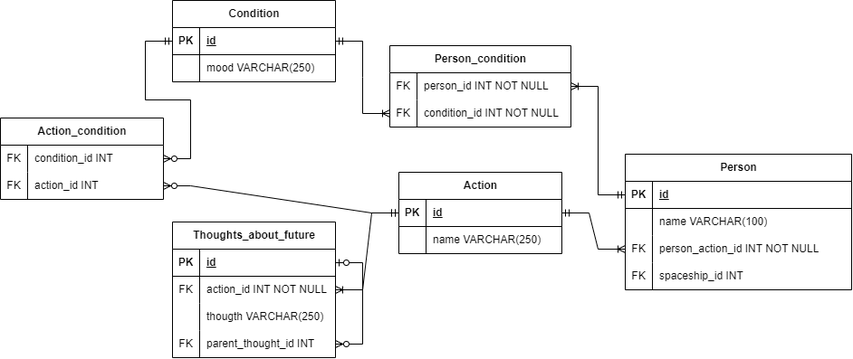
Earlier version of the draw.io export DataBases/lab1/DatalogicDiagram.drawio.png (EgorovaVarvara/ITMO). Source tidied: cells renumbered, new cells last; positions are measured from the earlier drawing's top-left corner, leaving out a move shared by most shapes.
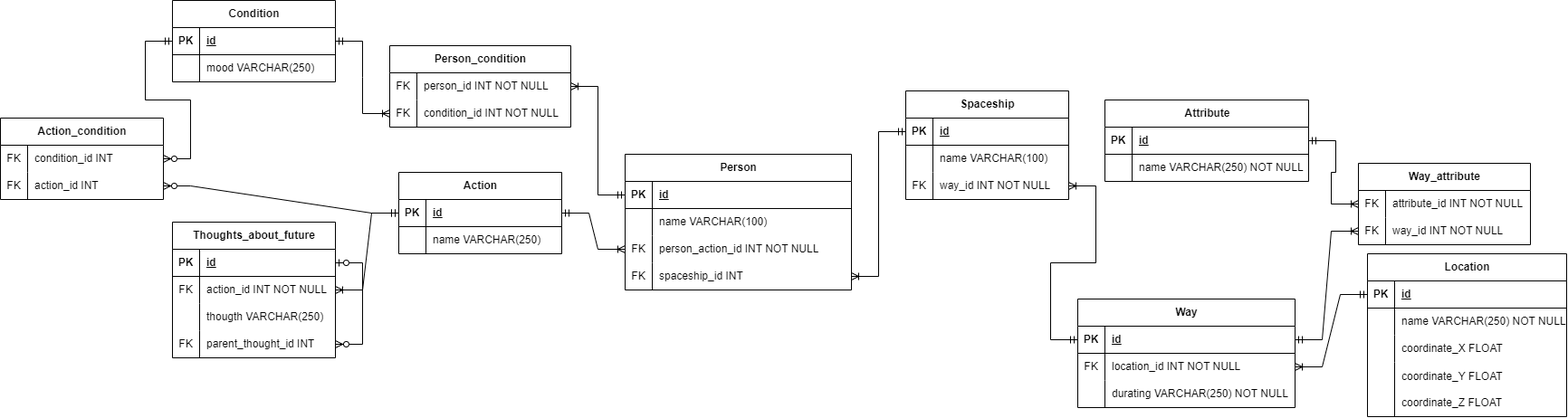
The same diagram one commit later.

Diff of the diagram source:
```diff
@@ -185,5 +185,161 @@
     <mxCell id="62" style="edgeStyle=entityRelationEdgeStyle;fontSize=12;html=1;endArrow=ERzeroToMany;startArrow=ERmandOne;rounded=0;entryX=1;entryY=0.5;entryDx=0;entryDy=0;exitX=0;exitY=0.5;exitDx=0;exitDy=0;" parent="1" edge="1" source="16" target="58">
       <mxGeometry relative="1" as="geometry" />
     </mxCell>
+    <mxCell id="63" value="Spaceship" style="shape=table;startSize=30;rowLines=0;fontStyle=1;align=center;html=1;" parent="1" vertex="1">
+      <mxGeometry x="1000" y="100" width="180" height="120" as="geometry" />
+    </mxCell>
+    <mxCell id="64" style="shape=tableRow;horizontal=0;startSize=0;swimlaneHead=0;swimlaneBody=0;fillColor=none;points=[[0,0.5],[1,0.5]];portConstraint=eastwest;top=0;left=0;right=0;bottom=1;" parent="63" vertex="1">
+      <mxGeometry y="30" width="180" height="30" as="geometry" />
+    </mxCell>
+    <mxCell id="65" value="PK" style="shape=partialRectangle;fillColor=none;top=0;left=0;bottom=0;right=0;fontStyle=1;overflow=hidden;whiteSpace=wrap;html=1;" parent="64" vertex="1">
+      <mxGeometry width="30" height="30" as="geometry" />
+    </mxCell>
+    <mxCell id="66" value="id" style="shape=partialRectangle;fillColor=none;top=0;left=0;bottom=0;right=0;align=left;spacingLeft=6;fontStyle=5;overflow=hidden;whiteSpace=wrap;html=1;" parent="64" vertex="1">
+      <mxGeometry x="30" width="150" height="30" as="geometry" />
+    </mxCell>
+    <mxCell id="67" style="shape=tableRow;horizontal=0;startSize=0;swimlaneHead=0;swimlaneBody=0;fillColor=none;top=0;left=0;right=0;bottom=0;" parent="63" vertex="1">
+      <mxGeometry y="60" width="180" height="30" as="geometry" />
+    </mxCell>
+    <mxCell id="68" style="shape=partialRectangle;fillColor=none;top=0;left=0;bottom=0;right=0;overflow=hidden;whiteSpace=wrap;html=1;" parent="67" vertex="1">
+      <mxGeometry width="30" height="30" as="geometry" />
+    </mxCell>
+    <mxCell id="69" value="name VARCHAR(100)" style="shape=partialRectangle;fillColor=none;top=0;left=0;bottom=0;right=0;align=left;spacingLeft=6;overflow=hidden;whiteSpace=wrap;html=1;" parent="67" vertex="1">
+      <mxGeometry x="30" width="150" height="30" as="geometry" />
+    </mxCell>
+    <mxCell id="70" style="shape=tableRow;horizontal=0;startSize=0;swimlaneHead=0;swimlaneBody=0;fillColor=none;points=[[0,0.5],[1,0.5]];portConstraint=eastwest;top=0;left=0;right=0;bottom=0;" parent="63" vertex="1">
+      <mxGeometry y="90" width="180" height="30" as="geometry" />
+    </mxCell>
+    <mxCell id="71" value="FK" style="shape=partialRectangle;fillColor=none;top=0;left=0;bottom=0;right=0;overflow=hidden;whiteSpace=wrap;html=1;" parent="70" vertex="1">
+      <mxGeometry width="30" height="30" as="geometry" />
+    </mxCell>
+    <mxCell id="72" value="way_id INT NOT NULL" style="shape=partialRectangle;fillColor=none;top=0;left=0;bottom=0;right=0;align=left;spacingLeft=6;overflow=hidden;whiteSpace=wrap;html=1;" parent="70" vertex="1">
+      <mxGeometry x="30" width="150" height="30" as="geometry" />
+    </mxCell>
+    <mxCell id="73" style="edgeStyle=entityRelationEdgeStyle;fontSize=12;html=1;endArrow=ERoneToMany;startArrow=ERmandOne;rounded=0;entryX=1;entryY=0.5;entryDx=0;entryDy=0;exitX=0;exitY=0.5;exitDx=0;exitDy=0;" parent="1" edge="1" source="64" target="12">
+      <mxGeometry relative="1" as="geometry" />
+    </mxCell>
+    <mxCell id="74" value="Way" style="shape=table;startSize=30;rowLines=0;fontStyle=1;align=center;html=1;" parent="1" vertex="1">
+      <mxGeometry x="1190" y="330" width="240" height="120" as="geometry" />
+    </mxCell>
+    <mxCell id="75" style="shape=tableRow;horizontal=0;startSize=0;swimlaneHead=0;swimlaneBody=0;fillColor=none;points=[[0,0.5],[1,0.5]];portConstraint=eastwest;top=0;left=0;right=0;bottom=1;" parent="74" vertex="1">
+      <mxGeometry y="30" width="240" height="30" as="geometry" />
+    </mxCell>
+    <mxCell id="76" value="PK" style="shape=partialRectangle;fillColor=none;top=0;left=0;bottom=0;right=0;fontStyle=1;overflow=hidden;whiteSpace=wrap;html=1;" parent="75" vertex="1">
+      <mxGeometry width="30" height="30" as="geometry" />
+    </mxCell>
+    <mxCell id="77" value="id" style="shape=partialRectangle;fillColor=none;top=0;left=0;bottom=0;right=0;align=left;spacingLeft=6;fontStyle=5;overflow=hidden;whiteSpace=wrap;html=1;" parent="75" vertex="1">
+      <mxGeometry x="30" width="210" height="30" as="geometry" />
+    </mxCell>
+    <mxCell id="78" style="shape=tableRow;horizontal=0;startSize=0;swimlaneHead=0;swimlaneBody=0;fillColor=none;points=[[0,0.5],[1,0.5]];portConstraint=eastwest;top=0;left=0;right=0;bottom=0;" parent="74" vertex="1">
+      <mxGeometry y="60" width="240" height="30" as="geometry" />
+    </mxCell>
+    <mxCell id="79" value="FK" style="shape=partialRectangle;fillColor=none;top=0;left=0;bottom=0;right=0;overflow=hidden;whiteSpace=wrap;html=1;" parent="78" vertex="1">
+      <mxGeometry width="30" height="30" as="geometry" />
+    </mxCell>
+    <mxCell id="80" value="location_id INT NOT NULL" style="shape=partialRectangle;fillColor=none;top=0;left=0;bottom=0;right=0;align=left;spacingLeft=6;overflow=hidden;whiteSpace=wrap;html=1;" parent="78" vertex="1">
+      <mxGeometry x="30" width="210" height="30" as="geometry" />
+    </mxCell>
+    <mxCell id="81" style="shape=tableRow;horizontal=0;startSize=0;swimlaneHead=0;swimlaneBody=0;fillColor=none;top=0;left=0;right=0;bottom=0;" parent="74" vertex="1">
+      <mxGeometry y="90" width="240" height="30" as="geometry" />
+    </mxCell>
+    <mxCell id="82" style="shape=partialRectangle;fillColor=none;top=0;left=0;bottom=0;right=0;overflow=hidden;whiteSpace=wrap;html=1;" parent="81" vertex="1">
+      <mxGeometry width="30" height="30" as="geometry" />
+    </mxCell>
+    <mxCell id="83" value="durating VARCHAR(250) NOT NULL" style="shape=partialRectangle;fillColor=none;top=0;left=0;bottom=0;right=0;align=left;spacingLeft=6;overflow=hidden;whiteSpace=wrap;html=1;" parent="81" vertex="1">
+      <mxGeometry x="30" width="210" height="30" as="geometry" />
+    </mxCell>
+    <mxCell id="84" style="edgeStyle=entityRelationEdgeStyle;fontSize=12;html=1;endArrow=ERoneToMany;startArrow=ERmandOne;rounded=0;entryX=1;entryY=0.5;entryDx=0;entryDy=0;exitX=0;exitY=0.5;exitDx=0;exitDy=0;" parent="1" edge="1" source="75" target="70">
+      <mxGeometry relative="1" as="geometry" />
+    </mxCell>
+    <mxCell id="85" value="Location" style="shape=table;startSize=30;rowLines=0;fontStyle=1;align=center;html=1;" parent="1" vertex="1">
+      <mxGeometry x="1510" y="280" width="220" height="180" as="geometry" />
+    </mxCell>
+    <mxCell id="86" style="shape=tableRow;horizontal=0;startSize=0;swimlaneHead=0;swimlaneBody=0;fillColor=none;points=[[0,0.5],[1,0.5]];portConstraint=eastwest;top=0;left=0;right=0;bottom=1;" parent="85" vertex="1">
+      <mxGeometry y="30" width="220" height="30" as="geometry" />
+    </mxCell>
+    <mxCell id="87" value="PK" style="shape=partialRectangle;fillColor=none;top=0;left=0;bottom=0;right=0;fontStyle=1;overflow=hidden;whiteSpace=wrap;html=1;" parent="86" vertex="1">
+      <mxGeometry width="30" height="30" as="geometry" />
+    </mxCell>
+    <mxCell id="88" value="id" style="shape=partialRectangle;fillColor=none;top=0;left=0;bottom=0;right=0;align=left;spacingLeft=6;fontStyle=5;overflow=hidden;whiteSpace=wrap;html=1;" parent="86" vertex="1">
+      <mxGeometry x="30" width="190" height="30" as="geometry" />
+    </mxCell>
+    <mxCell id="89" style="shape=tableRow;horizontal=0;startSize=0;swimlaneHead=0;swimlaneBody=0;fillColor=none;top=0;left=0;right=0;bottom=0;" parent="85" vertex="1">
+      <mxGeometry y="60" width="220" height="30" as="geometry" />
+    </mxCell>
+    <mxCell id="90" style="shape=partialRectangle;fillColor=none;top=0;left=0;bottom=0;right=0;overflow=hidden;whiteSpace=wrap;html=1;" parent="89" vertex="1">
+      <mxGeometry width="30" height="30" as="geometry" />
+    </mxCell>
+    <mxCell id="91" value="name VARCHAR(250) NOT NULL" style="shape=partialRectangle;fillColor=none;top=0;left=0;bottom=0;right=0;align=left;spacingLeft=6;overflow=hidden;whiteSpace=wrap;html=1;" parent="89" vertex="1">
+      <mxGeometry x="30" width="190" height="30" as="geometry" />
+    </mxCell>
+    <mxCell id="92" style="shape=tableRow;horizontal=0;startSize=0;swimlaneHead=0;swimlaneBody=0;fillColor=none;top=0;left=0;right=0;bottom=0;" parent="85" vertex="1">
+      <mxGeometry y="90" width="220" height="30" as="geometry" />
+    </mxCell>
+    <mxCell id="93" style="shape=partialRectangle;fillColor=none;top=0;left=0;bottom=0;right=0;overflow=hidden;whiteSpace=wrap;html=1;" parent="92" vertex="1">
+      <mxGeometry width="30" height="30" as="geometry" />
+    </mxCell>
+    <mxCell id="94" value="coordinate_X FLOAT" style="shape=partialRectangle;fillColor=none;top=0;left=0;bottom=0;right=0;align=left;spacingLeft=6;overflow=hidden;whiteSpace=wrap;html=1;" parent="92" vertex="1">
+      <mxGeometry x="30" width="190" height="30" as="geometry" />
+    </mxCell>
+    <mxCell id="95" style="shape=tableRow;horizontal=0;startSize=0;swimlaneHead=0;swimlaneBody=0;fillColor=none;top=0;left=0;right=0;bottom=0;" parent="85" vertex="1">
+      <mxGeometry y="120" width="220" height="60" as="geometry" />
+    </mxCell>
+    <mxCell id="96" style="shape=partialRectangle;fillColor=none;top=0;left=0;bottom=0;right=0;overflow=hidden;whiteSpace=wrap;html=1;" parent="95" vertex="1">
+      <mxGeometry width="30" height="60" as="geometry" />
+    </mxCell>
+    <mxCell id="97" value="coordinate_Y FLOAT&lt;br&gt;&lt;br&gt;coordinate_Z FLOAT" style="shape=partialRectangle;fillColor=none;top=0;left=0;bottom=0;right=0;align=left;spacingLeft=6;overflow=hidden;whiteSpace=wrap;html=1;" parent="95" vertex="1">
+      <mxGeometry x="30" width="190" height="60" as="geometry" />
+    </mxCell>
+    <mxCell id="98" value="Way_attribute" style="shape=table;startSize=30;rowLines=0;fontStyle=1;align=center;html=1;" parent="1" vertex="1">
+      <mxGeometry x="1500" y="180" width="190" height="90" as="geometry" />
+    </mxCell>
+    <mxCell id="99" style="shape=tableRow;horizontal=0;startSize=0;swimlaneHead=0;swimlaneBody=0;fillColor=none;points=[[0,0.5],[1,0.5]];portConstraint=eastwest;top=0;left=0;right=0;bottom=0;" parent="98" vertex="1">
+      <mxGeometry y="30" width="190" height="30" as="geometry" />
+    </mxCell>
+    <mxCell id="100" value="FK" style="shape=partialRectangle;fillColor=none;top=0;left=0;bottom=0;right=0;overflow=hidden;whiteSpace=wrap;html=1;" parent="99" vertex="1">
+      <mxGeometry width="30" height="30" as="geometry" />
+    </mxCell>
+    <mxCell id="101" value="attribute_id INT NOT NULL" style="shape=partialRectangle;fillColor=none;top=0;left=0;bottom=0;right=0;align=left;spacingLeft=6;overflow=hidden;whiteSpace=wrap;html=1;" parent="99" vertex="1">
+      <mxGeometry x="30" width="160" height="30" as="geometry" />
+    </mxCell>
+    <mxCell id="102" style="shape=tableRow;horizontal=0;startSize=0;swimlaneHead=0;swimlaneBody=0;fillColor=none;points=[[0,0.5],[1,0.5]];portConstraint=eastwest;top=0;left=0;right=0;bottom=0;" parent="98" vertex="1">
+      <mxGeometry y="60" width="190" height="30" as="geometry" />
+    </mxCell>
+    <mxCell id="103" value="FK" style="shape=partialRectangle;fillColor=none;top=0;left=0;bottom=0;right=0;overflow=hidden;whiteSpace=wrap;html=1;" parent="102" vertex="1">
+      <mxGeometry width="30" height="30" as="geometry" />
+    </mxCell>
+    <mxCell id="104" value="way_id INT NOT NULL" style="shape=partialRectangle;fillColor=none;top=0;left=0;bottom=0;right=0;align=left;spacingLeft=6;overflow=hidden;whiteSpace=wrap;html=1;" parent="102" vertex="1">
+      <mxGeometry x="30" width="160" height="30" as="geometry" />
+    </mxCell>
+    <mxCell id="105" style="edgeStyle=entityRelationEdgeStyle;fontSize=12;html=1;endArrow=ERoneToMany;startArrow=ERmandOne;rounded=0;entryX=1;entryY=0.5;entryDx=0;entryDy=0;exitX=0;exitY=0.5;exitDx=0;exitDy=0;" parent="1" edge="1" source="86" target="78">
+      <mxGeometry relative="1" as="geometry" />
+    </mxCell>
+    <mxCell id="106" style="edgeStyle=entityRelationEdgeStyle;fontSize=12;html=1;endArrow=ERoneToMany;startArrow=ERmandOne;rounded=0;exitX=1;exitY=0.5;exitDx=0;exitDy=0;entryX=0;entryY=0.5;entryDx=0;entryDy=0;" parent="1" edge="1" source="75" target="102">
+      <mxGeometry relative="1" as="geometry" />
+    </mxCell>
+    <mxCell id="107" value="Attribute" style="shape=table;startSize=30;rowLines=0;fontStyle=1;align=center;html=1;" parent="1" vertex="1">
+      <mxGeometry x="1220" y="110" width="225" height="90" as="geometry" />
+    </mxCell>
+    <mxCell id="108" style="shape=tableRow;horizontal=0;startSize=0;swimlaneHead=0;swimlaneBody=0;fillColor=none;points=[[0,0.5],[1,0.5]];portConstraint=eastwest;top=0;left=0;right=0;bottom=1;" parent="107" vertex="1">
+      <mxGeometry y="30" width="225" height="30" as="geometry" />
+    </mxCell>
+    <mxCell id="109" value="PK" style="shape=partialRectangle;fillColor=none;top=0;left=0;bottom=0;right=0;fontStyle=1;overflow=hidden;whiteSpace=wrap;html=1;" parent="108" vertex="1">
+      <mxGeometry width="30" height="30" as="geometry" />
+    </mxCell>
+    <mxCell id="110" value="id" style="shape=partialRectangle;fillColor=none;top=0;left=0;bottom=0;right=0;align=left;spacingLeft=6;fontStyle=5;overflow=hidden;whiteSpace=wrap;html=1;" parent="108" vertex="1">
+      <mxGeometry x="30" width="195" height="30" as="geometry" />
+    </mxCell>
+    <mxCell id="111" style="shape=tableRow;horizontal=0;startSize=0;swimlaneHead=0;swimlaneBody=0;fillColor=none;top=0;left=0;right=0;bottom=0;" parent="107" vertex="1">
+      <mxGeometry y="60" width="225" height="30" as="geometry" />
+    </mxCell>
+    <mxCell id="112" style="shape=partialRectangle;fillColor=none;top=0;left=0;bottom=0;right=0;overflow=hidden;whiteSpace=wrap;html=1;" parent="111" vertex="1">
+      <mxGeometry width="30" height="30" as="geometry" />
+    </mxCell>
+    <mxCell id="113" value="name VARCHAR(250) NOT NULL" style="shape=partialRectangle;fillColor=none;top=0;left=0;bottom=0;right=0;align=left;spacingLeft=6;overflow=hidden;whiteSpace=wrap;html=1;" parent="111" vertex="1">
+      <mxGeometry x="30" width="195" height="30" as="geometry" />
+    </mxCell>
+    <mxCell id="114" style="edgeStyle=entityRelationEdgeStyle;fontSize=12;html=1;endArrow=ERoneToMany;startArrow=ERmandOne;rounded=0;exitX=1;exitY=0.5;exitDx=0;exitDy=0;entryX=0;entryY=0.5;entryDx=0;entryDy=0;" parent="1" edge="1" source="108" target="99">
+      <mxGeometry relative="1" as="geometry" />
+    </mxCell>
   </root>
 </mxGraphModel>
```
